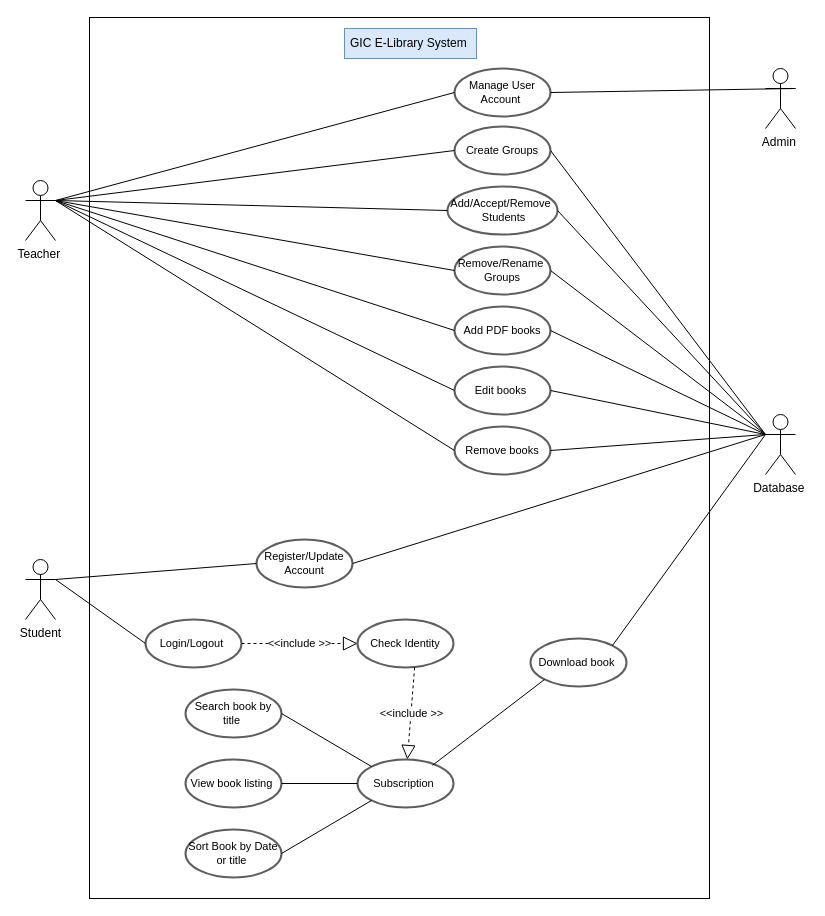
Before: page "Page-1" (1 of 2) of ATM Diagram.drawio in Phearun2020/Appsimple, a draw.io diagram. Source tidied: cells renumbered, new cells numbered last; positions are measured from the earlier drawing's top-left corner, leaving out a move shared by most shapes. Both pictures are drawn from the tidied source at 100%, with x=0, y=0 at pixel (25, 17).
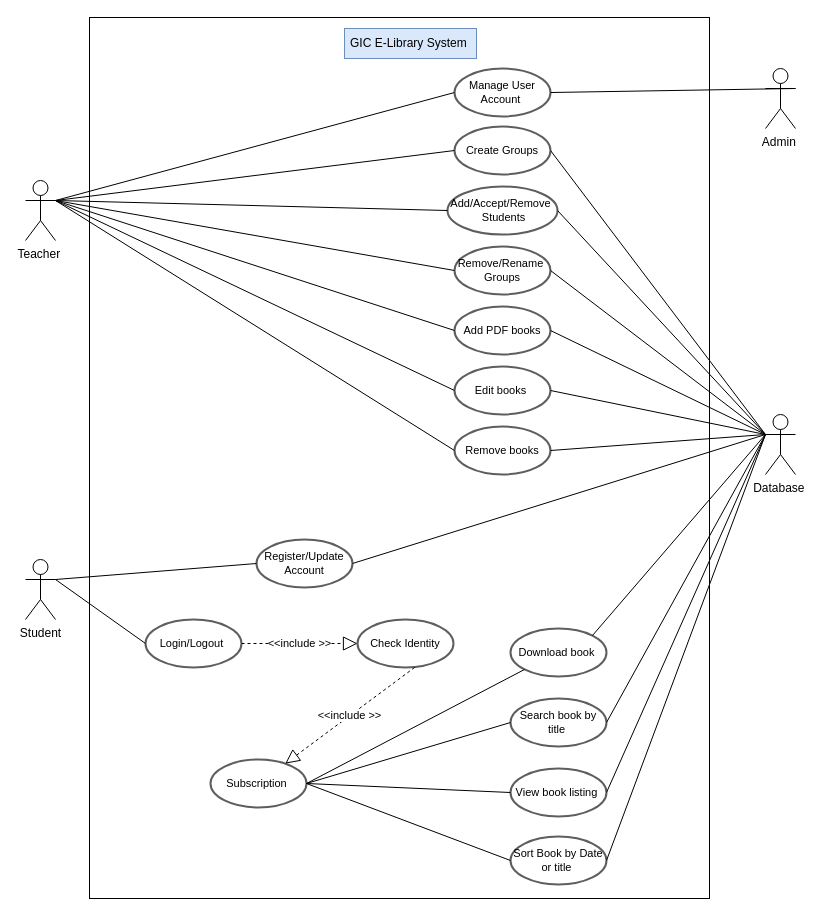
The same diagram, later.

The change refers to these unchanged cells:
```xml
<mxCell id="4" value="Database&amp;nbsp;" style="shape=umlActor;verticalLabelPosition=bottom;verticalAlign=top;html=1;outlineConnect=0;" parent="1" vertex="1">
  <mxGeometry x="740" y="397" width="30" height="60" as="geometry" />
</mxCell>
```

The edit, as a diff of the source:
```diff
@@
     <mxCell id="7" value="Subscription&amp;nbsp;" style="html=1;overflow=block;whiteSpace=wrap;ellipse;whiteSpace=wrap;fontSize=11;spacing=3;strokeColor=#5e5e5e;strokeOpacity=100;rounded=1;absoluteArcSize=1;arcSize=7;strokeWidth=2;" parent="1" vertex="1">
-      <mxGeometry x="332" y="742" width="96" height="48" as="geometry" />
+      <mxGeometry x="185" y="742" width="96" height="48" as="geometry" />
     </mxCell>
@@
     <mxCell id="11" value="Search book by title&amp;nbsp;" style="html=1;overflow=block;whiteSpace=wrap;ellipse;whiteSpace=wrap;fontSize=11;spacing=3;strokeColor=#5e5e5e;strokeOpacity=100;rounded=1;absoluteArcSize=1;arcSize=7;strokeWidth=2;" parent="1" vertex="1">
-      <mxGeometry x="160" y="672" width="96" height="48" as="geometry" />
+      <mxGeometry x="485" y="681" width="96" height="48" as="geometry" />
     </mxCell>
     <mxCell id="12" value="View book listing&amp;nbsp;" style="html=1;overflow=block;whiteSpace=wrap;ellipse;whiteSpace=wrap;fontSize=11;spacing=3;strokeColor=#5e5e5e;strokeOpacity=100;rounded=1;absoluteArcSize=1;arcSize=7;strokeWidth=2;" parent="1" vertex="1">
-      <mxGeometry x="160" y="742" width="96" height="48" as="geometry" />
+      <mxGeometry x="485" y="751" width="96" height="48" as="geometry" />
     </mxCell>
     <mxCell id="13" value="Download book&amp;nbsp;" style="html=1;overflow=block;whiteSpace=wrap;ellipse;whiteSpace=wrap;fontSize=11;spacing=3;strokeColor=#5e5e5e;strokeOpacity=100;rounded=1;absoluteArcSize=1;arcSize=7;strokeWidth=2;" parent="1" vertex="1">
-      <mxGeometry x="505" y="621" width="96" height="48" as="geometry" />
+      <mxGeometry x="485" y="611" width="96" height="48" as="geometry" />
     </mxCell>
@@
     <mxCell id="22" value="Sort Book by Date or title&amp;nbsp;" style="html=1;overflow=block;whiteSpace=wrap;ellipse;whiteSpace=wrap;fontSize=11;spacing=3;strokeColor=#5e5e5e;strokeOpacity=100;rounded=1;absoluteArcSize=1;arcSize=7;strokeWidth=2;" parent="1" vertex="1">
-      <mxGeometry x="160" y="812" width="96" height="48" as="geometry" />
+      <mxGeometry x="485" y="819" width="96" height="48" as="geometry" />
     </mxCell>
@@
-    <mxCell id="24" style="endArrow=none;html=1;exitX=1;exitY=0.5;exitDx=0;exitDy=0;entryX=0;entryY=0;entryDx=0;entryDy=0;" parent="1" edge="1" source="11" target="7">
+    <mxCell id="24" style="endArrow=none;html=1;exitX=0;exitY=0.5;exitDx=0;exitDy=0;entryX=1;entryY=0.5;entryDx=0;entryDy=0;" parent="1" edge="1" source="11" target="7">
       <mxGeometry relative="1" as="geometry" />
     </mxCell>
-    <mxCell id="25" style="endArrow=none;html=1;exitX=1;exitY=0.5;exitDx=0;exitDy=0;" parent="1" edge="1" source="12" target="7">
+    <mxCell id="25" style="endArrow=none;html=1;exitX=0;exitY=0.5;exitDx=0;exitDy=0;entryX=1;entryY=0.5;entryDx=0;entryDy=0;" parent="1" edge="1" source="12" target="7">
       <mxGeometry relative="1" as="geometry" />
     </mxCell>
-    <mxCell id="26" style="endArrow=none;html=1;exitX=1;exitY=0.5;exitDx=0;exitDy=0;entryX=0;entryY=1;entryDx=0;entryDy=0;" parent="1" edge="1" source="22" target="7">
+    <mxCell id="26" style="endArrow=none;html=1;exitX=0;exitY=0.5;exitDx=0;exitDy=0;entryX=1;entryY=0.5;entryDx=0;entryDy=0;" parent="1" edge="1" source="22" target="7">
       <mxGeometry relative="1" as="geometry" />
     </mxCell>
-    <mxCell id="27" style="endArrow=none;html=1;exitX=0;exitY=1;exitDx=0;exitDy=0;entryX=0.782;entryY=0.12;entryDx=0;entryDy=0;entryPerimeter=0;" parent="1" edge="1" source="13" target="7">
+    <mxCell id="27" style="endArrow=none;html=1;exitX=0;exitY=1;exitDx=0;exitDy=0;entryX=1;entryY=0.5;entryDx=0;entryDy=0;" parent="1" edge="1" source="13" target="7">
       <mxGeometry relative="1" as="geometry" />
     </mxCell>
@@
+    <mxCell id="47" style="endArrow=none;html=1;exitX=1;exitY=0.5;exitDx=0;exitDy=0;entryX=0;entryY=0.3333333333333333;entryDx=0;entryDy=0;entryPerimeter=0;" parent="1" edge="1" source="11" target="4">
+      <mxGeometry relative="1" as="geometry" />
+    </mxCell>
+    <mxCell id="48" style="endArrow=none;html=1;exitX=1;exitY=0.5;exitDx=0;exitDy=0;entryX=0;entryY=0.3333333333333333;entryDx=0;entryDy=0;entryPerimeter=0;" parent="1" edge="1" source="12" target="4">
+      <mxGeometry relative="1" as="geometry" />
+    </mxCell>
+    <mxCell id="49" style="endArrow=none;html=1;exitX=1;exitY=0.5;exitDx=0;exitDy=0;entryX=0;entryY=0.3333333333333333;entryDx=0;entryDy=0;entryPerimeter=0;" parent="1" edge="1" source="22" target="4">
+      <mxGeometry relative="1" as="geometry" />
+    </mxCell>
```
